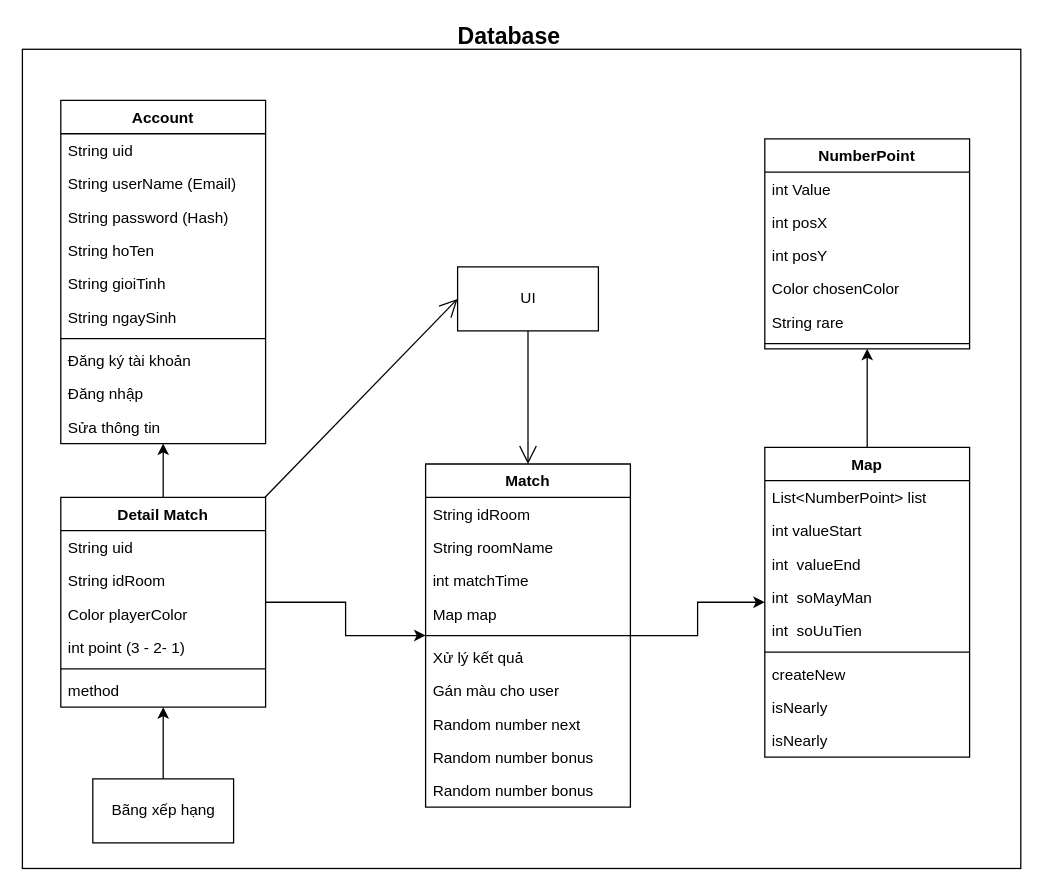
Above: page "Class" (3 of 3) of NUMBER_FINDING_GAME/Document/NumberFinding.drawio in TccKaiCi/NUMBER_FINDING_GAME (draw.io), before the change. Source tidied: cells renumbered, new cells numbered last; positions are measured from the earlier drawing's top-left corner, leaving out a move shared by most shapes. Both pictures are drawn from the tidied source at 128%, with x=0, y=0 at pixel (22, 23).
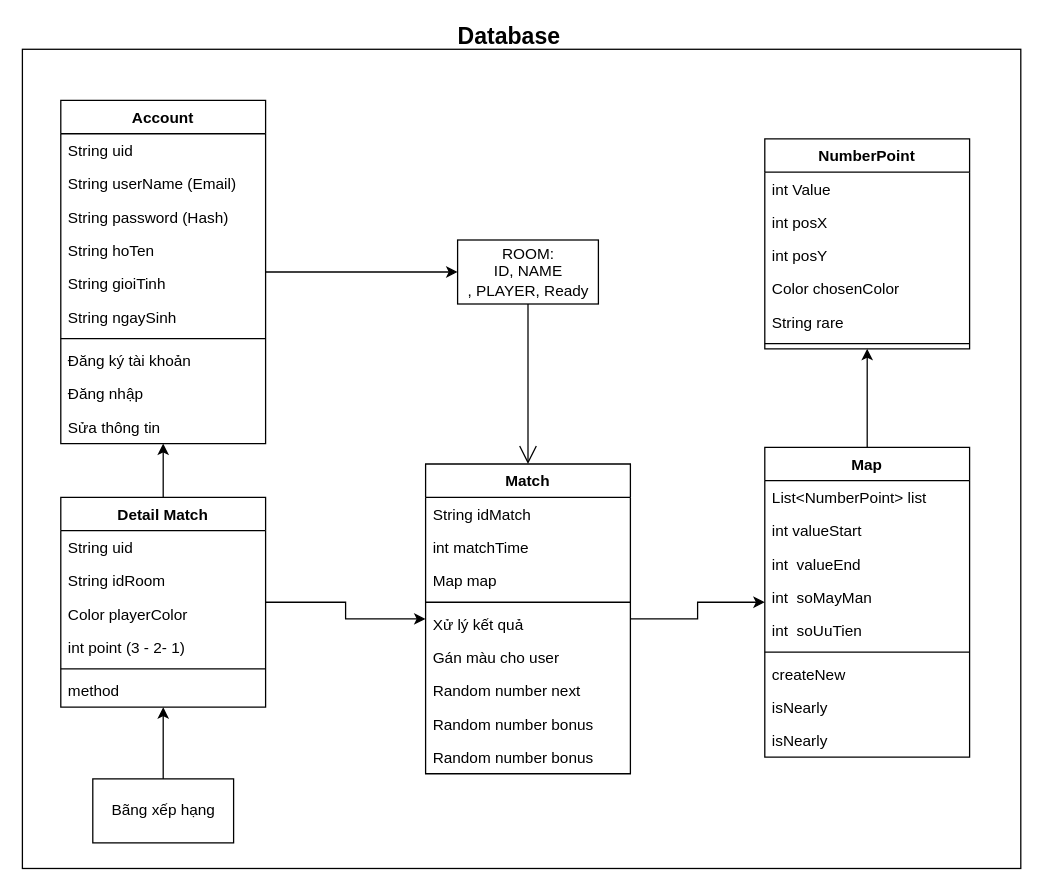
The same diagram, later.

Unchanged cells that the change refers to:
```xml
<mxCell id="3" value="Account" style="swimlane;fontStyle=1;align=center;verticalAlign=top;horizontal=1;startSize=26;" parent="1" vertex="1">
  <mxGeometry x="30" y="60" width="160" height="268" as="geometry" />
</mxCell>
<mxCell id="46" value="Detail Match" style="swimlane;fontStyle=1;align=center;verticalAlign=top;horizontal=1;startSize=26;" parent="1" vertex="1">
  <mxGeometry x="30" y="370" width="160" height="164" as="geometry" />
</mxCell>
```

Diff of the diagram source:
```diff
@@
+    <mxCell id="59" style="edgeStyle=orthogonalEdgeStyle;rounded=0;jettySize=auto;html=1;" parent="1" edge="1" source="3" target="53">
+      <mxGeometry relative="1" as="geometry" />
+    </mxCell>
@@
     <mxCell id="33" value="Match" style="swimlane;fontStyle=1;align=center;verticalAlign=top;horizontal=1;startSize=26;" parent="1" vertex="1">
-      <mxGeometry x="315" y="344" width="160" height="268" as="geometry" />
+      <mxGeometry x="315" y="344" width="160" height="242" as="geometry" />
     </mxCell>
-    <mxCell id="34" value="String idRoom" style="text;strokeColor=none;fillColor=none;align=left;verticalAlign=top;spacingLeft=4;spacingRight=4;overflow=hidden;" parent="33" vertex="1">
+    <mxCell id="34" value="String idMatch" style="text;strokeColor=none;fillColor=none;align=left;verticalAlign=top;spacingLeft=4;spacingRight=4;overflow=hidden;" parent="33" vertex="1">
       <mxGeometry y="26" width="160" height="26" as="geometry" />
     </mxCell>
-    <mxCell id="35" value="String roomName" style="text;strokeColor=none;fillColor=none;align=left;verticalAlign=top;spacingLeft=4;spacingRight=4;overflow=hidden;" parent="33" vertex="1">
-      <mxGeometry y="52" width="160" height="26" as="geometry" />
-    </mxCell>
     <mxCell id="36" value="int matchTime" style="text;strokeColor=none;fillColor=none;align=left;verticalAlign=top;spacingLeft=4;spacingRight=4;overflow=hidden;" parent="33" vertex="1">
-      <mxGeometry y="78" width="160" height="26" as="geometry" />
+      <mxGeometry y="52" width="160" height="26" as="geometry" />
     </mxCell>
     <mxCell id="37" value="Map map" style="text;strokeColor=none;fillColor=none;align=left;verticalAlign=top;spacingLeft=4;spacingRight=4;overflow=hidden;" parent="33" vertex="1">
-      <mxGeometry y="104" width="160" height="26" as="geometry" />
+      <mxGeometry y="78" width="160" height="26" as="geometry" />
     </mxCell>
     <mxCell id="38" style="line;strokeWidth=1;fillColor=none;align=left;verticalAlign=middle;spacingTop=-1;spacingLeft=3;spacingRight=3;labelPosition=right;" parent="33" vertex="1">
-      <mxGeometry y="130" width="160" height="8" as="geometry" />
+      <mxGeometry y="104" width="160" height="8" as="geometry" />
     </mxCell>
     <mxCell id="39" value="Xử lý kết quả" style="text;strokeColor=none;fillColor=none;align=left;verticalAlign=top;spacingLeft=4;spacingRight=4;overflow=hidden;" parent="33" vertex="1">
-      <mxGeometry y="138" width="160" height="26" as="geometry" />
+      <mxGeometry y="112" width="160" height="26" as="geometry" />
     </mxCell>
     <mxCell id="40" value="Gán màu cho user" style="text;strokeColor=none;fillColor=none;align=left;verticalAlign=top;spacingLeft=4;spacingRight=4;overflow=hidden;" parent="33" vertex="1">
-      <mxGeometry y="164" width="160" height="26" as="geometry" />
+      <mxGeometry y="138" width="160" height="26" as="geometry" />
     </mxCell>
     <mxCell id="41" value="Random number next" style="text;strokeColor=none;fillColor=none;align=left;verticalAlign=top;spacingLeft=4;spacingRight=4;overflow=hidden;" parent="33" vertex="1">
-      <mxGeometry y="190" width="160" height="26" as="geometry" />
+      <mxGeometry y="164" width="160" height="26" as="geometry" />
     </mxCell>
     <mxCell id="42" value="Random number bonus" style="text;strokeColor=none;fillColor=none;align=left;verticalAlign=top;spacingLeft=4;spacingRight=4;overflow=hidden;" parent="33" vertex="1">
-      <mxGeometry y="216" width="160" height="26" as="geometry" />
+      <mxGeometry y="190" width="160" height="26" as="geometry" />
     </mxCell>
     <mxCell id="43" value="Random number bonus" style="text;strokeColor=none;fillColor=none;align=left;verticalAlign=top;spacingLeft=4;spacingRight=4;overflow=hidden;" parent="33" vertex="1">
-      <mxGeometry y="242" width="160" height="26" as="geometry" />
+      <mxGeometry y="216" width="160" height="26" as="geometry" />
     </mxCell>
@@
-    <mxCell id="53" value="UI" style="html=1;" parent="1" vertex="1">
-      <mxGeometry x="340" y="190" width="110" height="50" as="geometry" />
+    <mxCell id="53" value="ROOM:&lt;br&gt;ID, NAME&lt;br&gt;, PLAYER, Ready" style="html=1;" parent="1" vertex="1">
+      <mxGeometry x="340" y="169" width="110" height="50" as="geometry" />
     </mxCell>
-    <mxCell id="54" style="endArrow=open;endFill=1;endSize=12;html=1;entryX=0;entryY=0.5;entryDx=0;entryDy=0;" parent="1" edge="1" source="46" target="53">
-      <mxGeometry relative="1" as="geometry" />
-    </mxCell>
```
